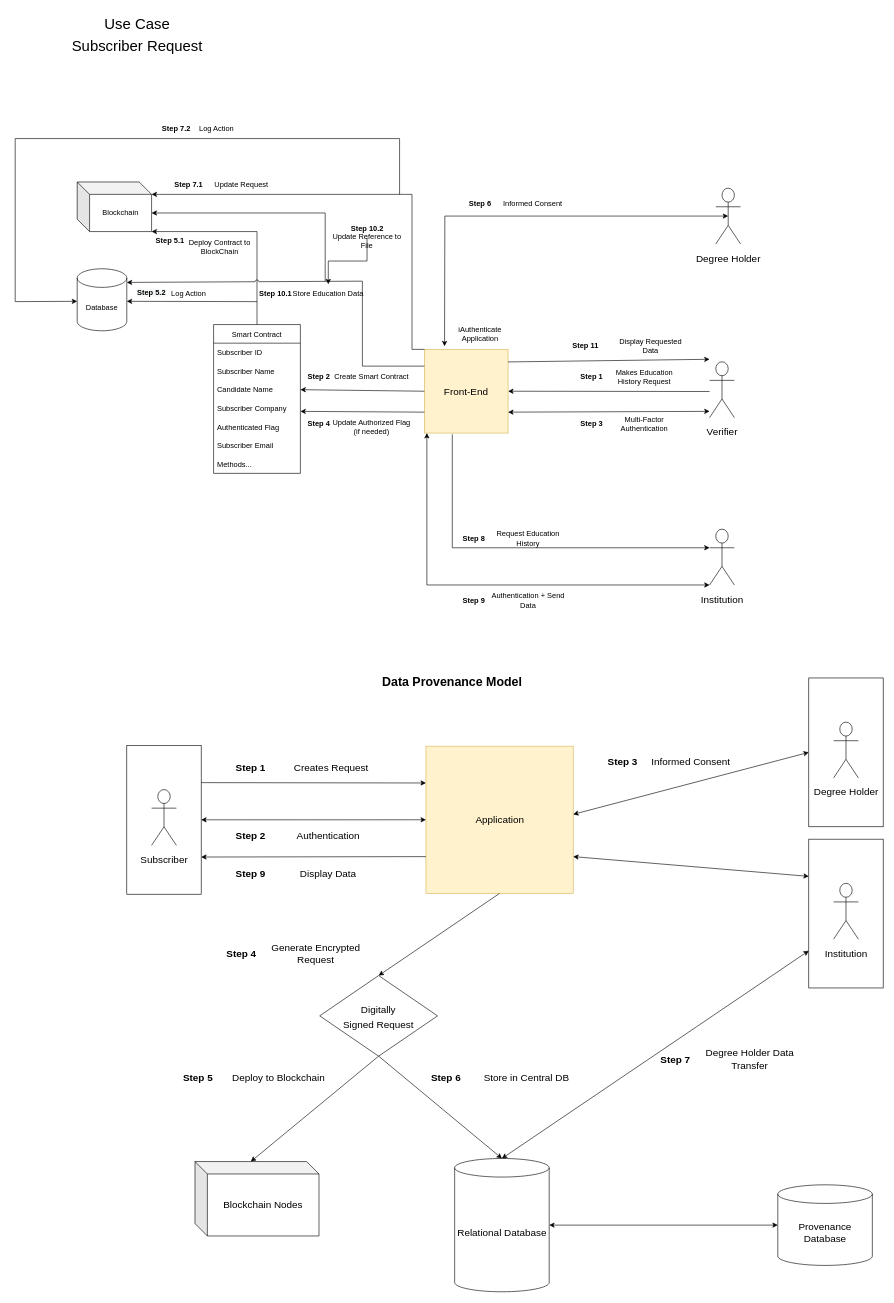
Above: AuthenticatorAppUses.drawio in tkalp/AuthenticatorApp (draw.io), before the change. Source tidied: cells renumbered, new cells numbered last; positions are measured from the earlier drawing's top-left corner, leaving out a move shared by most shapes. Both pictures are drawn from the tidied source at 62%, with x=0, y=0 at pixel (15, 20).
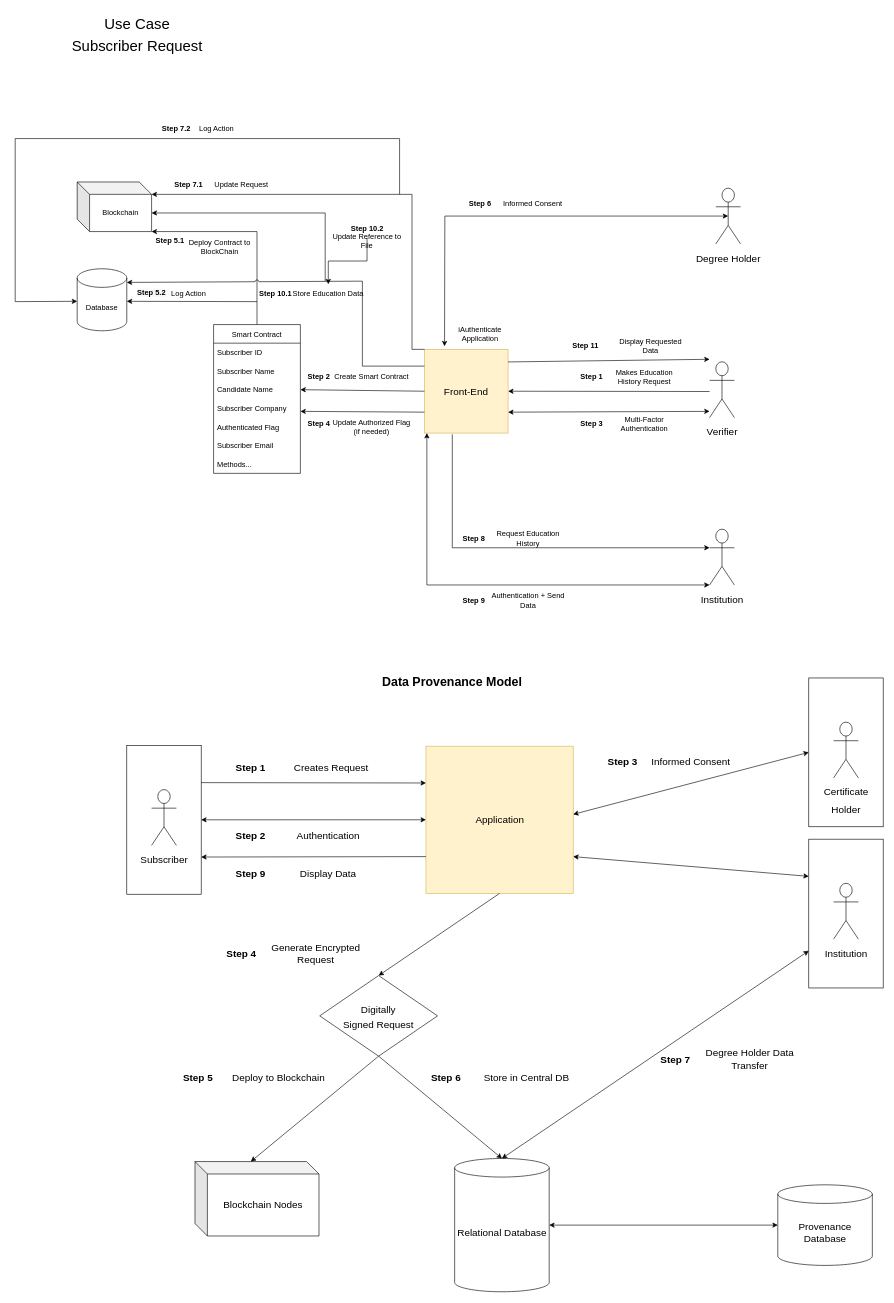
After the change.

Change to the diagram source:
```diff
@@
-    <mxCell id="71" value="&lt;font style=&quot;font-size: 16px&quot;&gt;Degree Holder&lt;br&gt;&lt;/font&gt;" style="shape=umlActor;verticalLabelPosition=bottom;verticalAlign=top;html=1;fontSize=24;fillColor=default;strokeColor=default;fontColor=default;" parent="1" vertex="1">
+    <mxCell id="71" value="&lt;font style=&quot;font-size: 16px&quot;&gt;Certificate &lt;br&gt;Holder&lt;br&gt;&lt;/font&gt;" style="shape=umlActor;verticalLabelPosition=bottom;verticalAlign=top;html=1;fontSize=24;fillColor=default;strokeColor=default;fontColor=default;" parent="1" vertex="1">
       <mxGeometry x="1320" y="1131.2" width="40" height="90" as="geometry" />
     </mxCell>
```
